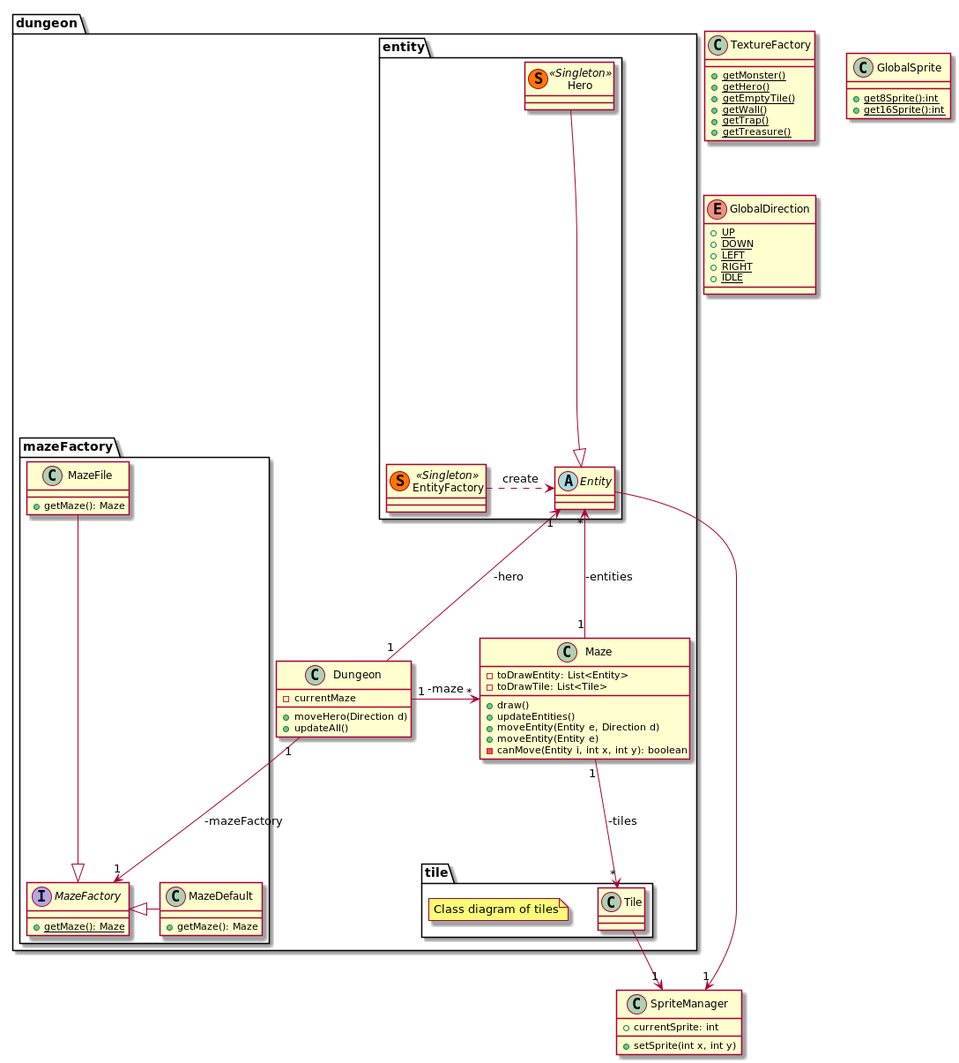
Before: doc/first_sprint/diagrams/class/global.png, a diagram exported from PlantUML (Reynault/ACL_2019_Zelpop). Its diagram source:
```plantuml
@startuml

package dungeon{

    class Dungeon{
        - currentMaze
        + moveHero(Direction d)
        + updateAll()
    }

    class Maze{
        - toDrawEntity: List<Entity>
        - toDrawTile: List<Tile>
        + draw()
        + updateEntities()
        + moveEntity(Entity e, Direction d)
        + moveEntity(Entity e)
        - canMove(Entity i, int x, int y): boolean
    }

    package tile{

        class Tile{

        }

        note "Class diagram of tiles" as N1

    }

    package entity{

        abstract Entity{

        }

        class Hero << (S,#FF7700) Singleton >>{

        }

        class EntityFactory << (S,#FF7700) Singleton >>{

        }

    }

    package mazeFactory{

        interface MazeFactory{
            + {static}getMaze(): Maze
        }

        class MazeFile{
            + getMaze(): Maze
        }

        class MazeDefault{
            + getMaze(): Maze
        }

    }

}

class TextureFactory{
    + {static}getMonster()
    + {static}getHero()
    + {static}getEmptyTile()
    + {static}getWall()
    + {static}getTrap()
    + {static}getTreasure()
}

class SpriteManager{
    + currentSprite: int
    + setSprite(int x, int y)
}

class GlobalSprite{
    + {static} get8Sprite():int
    + {static} get16Sprite():int
}

enum GlobalDirection{
    + {static} UP
    + {static} DOWN
    + {static} LEFT
    + {static} RIGHT
    + {static} IDLE
}

MazeDefault -left-|> MazeFactory
Dungeon "1" -left-> "*" Maze: -maze
Dungeon "1" --> "1" MazeFactory: -mazeFactory
Maze "1" --> "*" Tile: -tiles
Maze "1" -up-> "*" Entity: -entities

EntityFactory .right.> Entity : create

Hero --|> Entity
Dungeon "1" --> "1" Entity : -hero

MazeFile --|> MazeFactory

Tile --> "1" SpriteManager
Entity -right-> "1" SpriteManager

@enduml
```
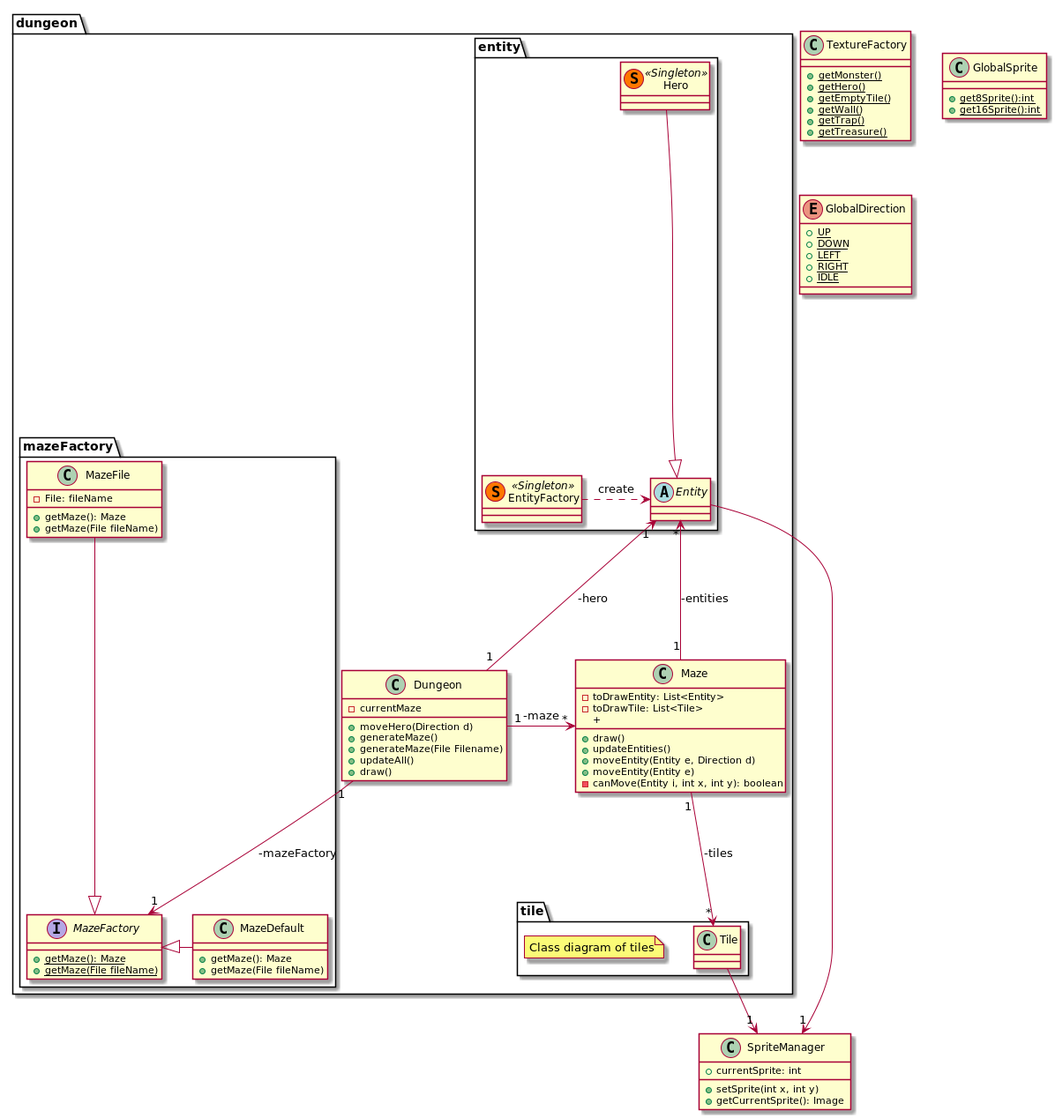
The same diagram one commit later.

Commit message:
First Sprint : Update diagrams

Diff of the diagram source:
```diff
@@ -5,7 +5,10 @@
     class Dungeon{
         - currentMaze
         + moveHero(Direction d)
+        + generateMaze()
+        + generateMaze(File Filename)
         + updateAll()
+        + draw()
     }
 
     class Maze{
@@ -14,6 +17,7 @@
         + draw()
         + updateEntities()
         + moveEntity(Entity e, Direction d)
+        +
         + moveEntity(Entity e)
         - canMove(Entity i, int x, int y): boolean
     }
@@ -48,14 +52,18 @@
 
         interface MazeFactory{
             + {static}getMaze(): Maze
+            + {static}getMaze(File fileName)
         }
 
         class MazeFile{
+            - File: fileName
             + getMaze(): Maze
+            + getMaze(File fileName)
         }
 
         class MazeDefault{
             + getMaze(): Maze
+            + getMaze(File fileName)
         }
 
     }
@@ -74,6 +82,7 @@
 class SpriteManager{
     + currentSprite: int
     + setSprite(int x, int y)
+    + getCurrentSprite(): Image
 }
 
 class GlobalSprite{
```
